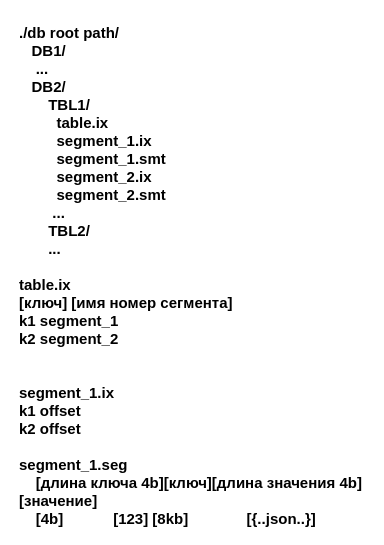
Earlier version of the draw.io diagram page "file structure" (2 of 3) of my-kv-db.drawio (nazaroid/my-kv-db). Source tidied: cells renumbered, new cells numbered last; positions are measured from the earlier drawing's top-left corner, leaving out a move shared by most shapes. Both pictures are drawn from the tidied source at 100%, with x=0, y=0 at pixel (17, 17).
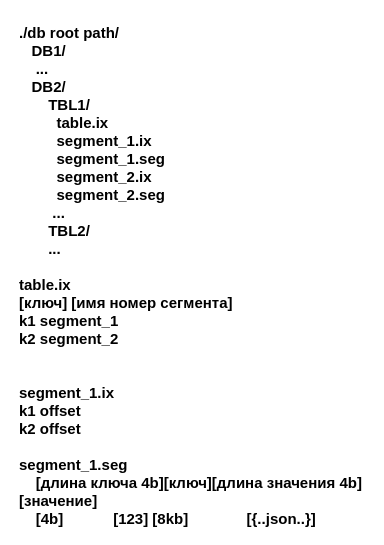
After the change.

Commit message (it also covers changes not shown here):
• kvdb init in progress

Diff of the diagram source:
```diff
@@
 <mxGraphModel>
   <root>
     <mxCell id="0" />
     <mxCell id="1" parent="0" />
-    <mxCell id="2" value="./db root path/&#10;   DB1/&#10;    ...&#10;   DB2/&#10;       TBL1/&#10;         table.ix&#10;         segment_1.ix&#10;         segment_1.smt&#10;         segment_2.ix&#10;         segment_2.smt&#10;        ...&#10;       TBL2/&#10;       ...&#10;&#10;table.ix&#10;[ключ] [имя номер сегмента]&#10;k1 segment_1&#10;k2 segment_2&#10;&#10;&#10;segment_1.ix&#10;k1 offset&#10;k2 offset&#10;&#10;segment_1.seg&#10;    [длина ключа 4b][ключ][длина значения 4b][значение]&#10;    [4b]            [123] [8kb]              [{..json..}]" style="text;whiteSpace=wrap;fontSize=15;fontStyle=1;" parent="1" vertex="1">
+    <mxCell id="2" value="./db root path/&#10;   DB1/&#10;    ...&#10;   DB2/&#10;       TBL1/&#10;         table.ix&#10;         segment_1.ix&#10;         segment_1.seg&#10;         segment_2.ix&#10;         segment_2.seg&#10;        ...&#10;       TBL2/&#10;       ...&#10;&#10;table.ix&#10;[ключ] [имя номер сегмента]&#10;k1 segment_1&#10;k2 segment_2&#10;&#10;&#10;segment_1.ix&#10;k1 offset&#10;k2 offset&#10;&#10;segment_1.seg&#10;    [длина ключа 4b][ключ][длина значения 4b][значение]&#10;    [4b]            [123] [8kb]              [{..json..}]" style="text;whiteSpace=wrap;fontSize=15;fontStyle=1;" parent="1" vertex="1">
       <mxGeometry width="350" height="480" as="geometry" />
     </mxCell>
   </root>
 </mxGraphModel>
```
